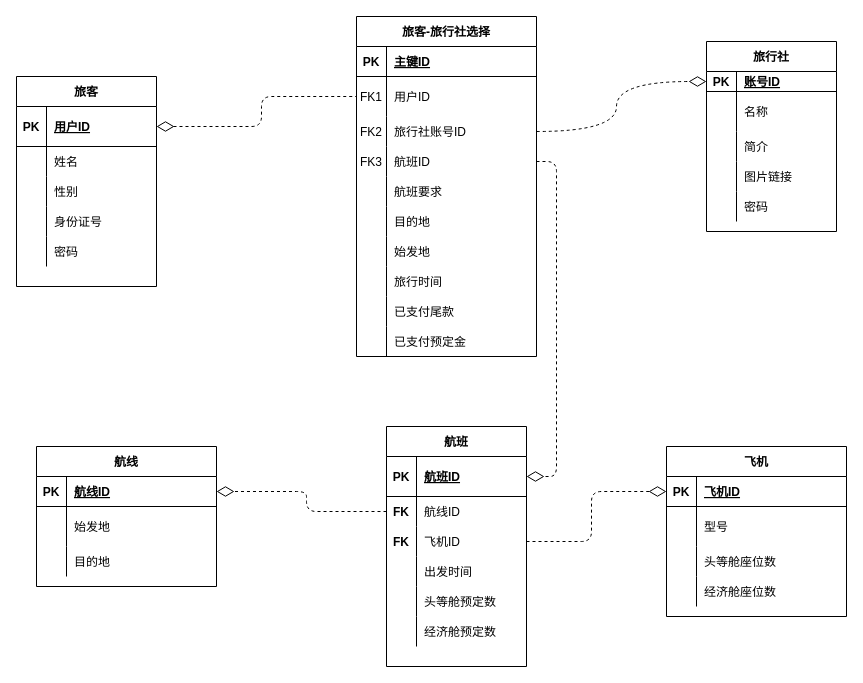
This is 第三次实验/ER物理模型.drawio from fy-1223/FlightTicketSystem, a draw.io file, before an edit. Source tidied: cells renumbered, new cells numbered last; positions are measured from the earlier drawing's top-left corner, leaving out a move shared by most shapes. Both pictures are drawn from the tidied source at 100%, with x=0, y=0 at pixel (16, 16).
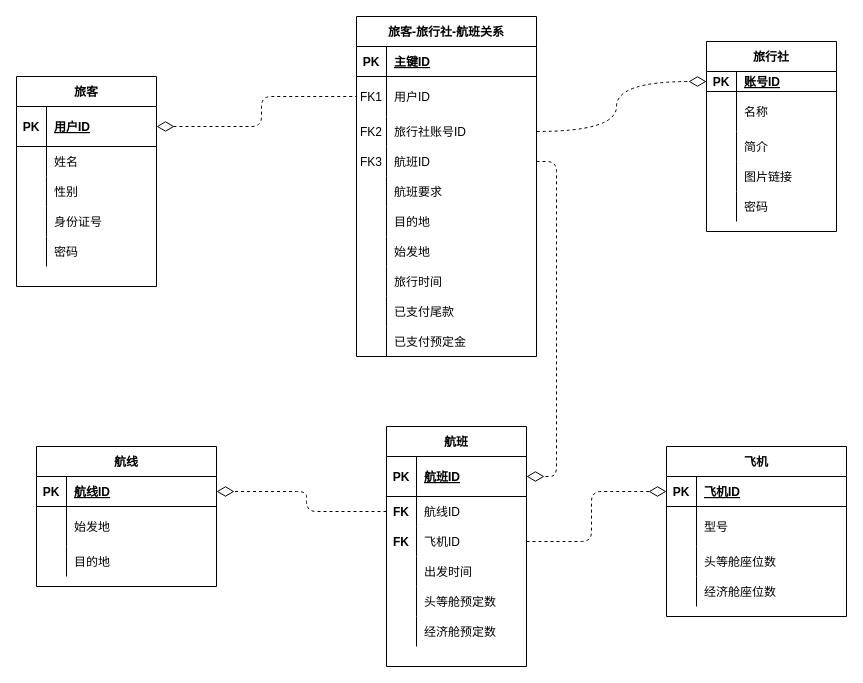
The same page after the edit.

Commit message (it also covers changes not shown here):
数据库建表语句

Diff of the diagram source:
```diff
@@
-    <mxCell id="18" value="旅客-旅行社选择" style="shape=table;startSize=30;childLayout=tableLayout;rowLines=0;fontStyle=1;align=center;" parent="1" vertex="1">
+    <mxCell id="18" value="旅客-旅行社-航班关系" style="shape=table;startSize=30;childLayout=tableLayout;rowLines=0;fontStyle=1;align=center;" parent="1" vertex="1">
       <mxGeometry x="340" width="180" height="340" as="geometry" />
     </mxCell>
```
